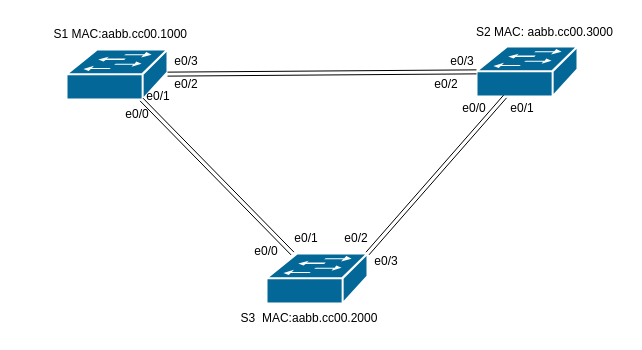
Earlier version of the draw.io diagram lab_02_stp/topology.drawio (alena250892/otus_network_engineer). Source tidied: cells renumbered, new cells numbered last; positions are measured from the earlier drawing's top-left corner, leaving out a move shared by most shapes. Both pictures are drawn from the tidied source at 100%, with x=0, y=0 at pixel (17, 17).
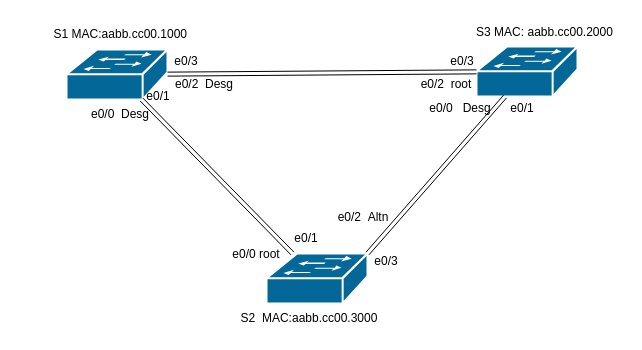
Above is the later version.

Change to the diagram source:
```diff
@@
-    <mxCell id="9" value="S2 MAC: aabb.cc00.3000" style="text;strokeColor=none;align=center;fillColor=none;html=1;verticalAlign=middle;whiteSpace=wrap;rounded=0;" parent="1" vertex="1">
+    <mxCell id="9" value="S3 MAC: aabb.cc00.2000" style="text;strokeColor=none;align=center;fillColor=none;html=1;verticalAlign=middle;whiteSpace=wrap;rounded=0;" parent="1" vertex="1">
       <mxGeometry x="447" width="161" height="30" as="geometry" />
     </mxCell>
-    <mxCell id="10" value="S3&amp;nbsp; MAC:aabb.cc00.2000" style="text;strokeColor=none;align=center;fillColor=none;html=1;verticalAlign=middle;whiteSpace=wrap;rounded=0;" parent="1" vertex="1">
+    <mxCell id="10" value="S2&amp;nbsp; MAC:aabb.cc00.3000" style="text;strokeColor=none;align=center;fillColor=none;html=1;verticalAlign=middle;whiteSpace=wrap;rounded=0;" parent="1" vertex="1">
       <mxGeometry x="207" y="286" width="170" height="30" as="geometry" />
     </mxCell>
@@
-    <mxCell id="14" value="e0/0" style="text;strokeColor=none;align=center;fillColor=none;html=1;verticalAlign=middle;whiteSpace=wrap;rounded=0;" parent="1" vertex="1">
-      <mxGeometry x="90" y="82" width="60" height="30" as="geometry" />
+    <mxCell id="14" value="e0/0&amp;nbsp;&amp;nbsp;Desg" style="text;strokeColor=none;align=center;fillColor=none;html=1;verticalAlign=middle;whiteSpace=wrap;rounded=0;" parent="1" vertex="1">
+      <mxGeometry x="73" y="82" width="60" height="30" as="geometry" />
     </mxCell>
-    <mxCell id="15" value="e0/0" style="text;strokeColor=none;align=center;fillColor=none;html=1;verticalAlign=middle;whiteSpace=wrap;rounded=0;" parent="1" vertex="1">
-      <mxGeometry x="427" y="76" width="60" height="30" as="geometry" />
+    <mxCell id="15" value="e0/0&amp;nbsp;&amp;nbsp;&amp;nbsp;Desg" style="text;strokeColor=none;align=center;fillColor=none;html=1;verticalAlign=middle;whiteSpace=wrap;rounded=0;" parent="1" vertex="1">
+      <mxGeometry x="413" y="76" width="60" height="30" as="geometry" />
     </mxCell>
-    <mxCell id="16" value="e0/0" style="text;strokeColor=none;align=center;fillColor=none;html=1;verticalAlign=middle;whiteSpace=wrap;rounded=0;" parent="1" vertex="1">
-      <mxGeometry x="219" y="219" width="60" height="30" as="geometry" />
+    <mxCell id="16" value="e0/0&amp;nbsp;root" style="text;strokeColor=none;align=center;fillColor=none;html=1;verticalAlign=middle;whiteSpace=wrap;rounded=0;" parent="1" vertex="1">
+      <mxGeometry x="209" y="222" width="60" height="30" as="geometry" />
     </mxCell>
@@
-    <mxCell id="20" value="e0/2" style="text;strokeColor=none;align=center;fillColor=none;html=1;verticalAlign=middle;whiteSpace=wrap;rounded=0;" parent="1" vertex="1">
-      <mxGeometry x="309" y="206" width="60" height="30" as="geometry" />
+    <mxCell id="20" value="e0/2&amp;nbsp;&amp;nbsp;Altn" style="text;strokeColor=none;align=center;fillColor=none;html=1;verticalAlign=middle;whiteSpace=wrap;rounded=0;" parent="1" vertex="1">
+      <mxGeometry x="316" y="185" width="60" height="30" as="geometry" />
     </mxCell>
-    <mxCell id="21" value="e0/2" style="text;strokeColor=none;align=center;fillColor=none;html=1;verticalAlign=middle;whiteSpace=wrap;rounded=0;" parent="1" vertex="1">
-      <mxGeometry x="139" y="52" width="60" height="30" as="geometry" />
+    <mxCell id="21" value="e0/2&amp;nbsp;&amp;nbsp;Desg" style="text;strokeColor=none;align=center;fillColor=none;html=1;verticalAlign=middle;whiteSpace=wrap;rounded=0;" parent="1" vertex="1">
+      <mxGeometry x="157" y="52" width="60" height="30" as="geometry" />
     </mxCell>
-    <mxCell id="22" value="e0/2" style="text;strokeColor=none;align=center;fillColor=none;html=1;verticalAlign=middle;whiteSpace=wrap;rounded=0;" parent="1" vertex="1">
+    <mxCell id="22" value="e0/2&amp;nbsp;&amp;nbsp;root" style="text;strokeColor=none;align=center;fillColor=none;html=1;verticalAlign=middle;whiteSpace=wrap;rounded=0;" parent="1" vertex="1">
       <mxGeometry x="399" y="52" width="60" height="30" as="geometry" />
     </mxCell>
```
